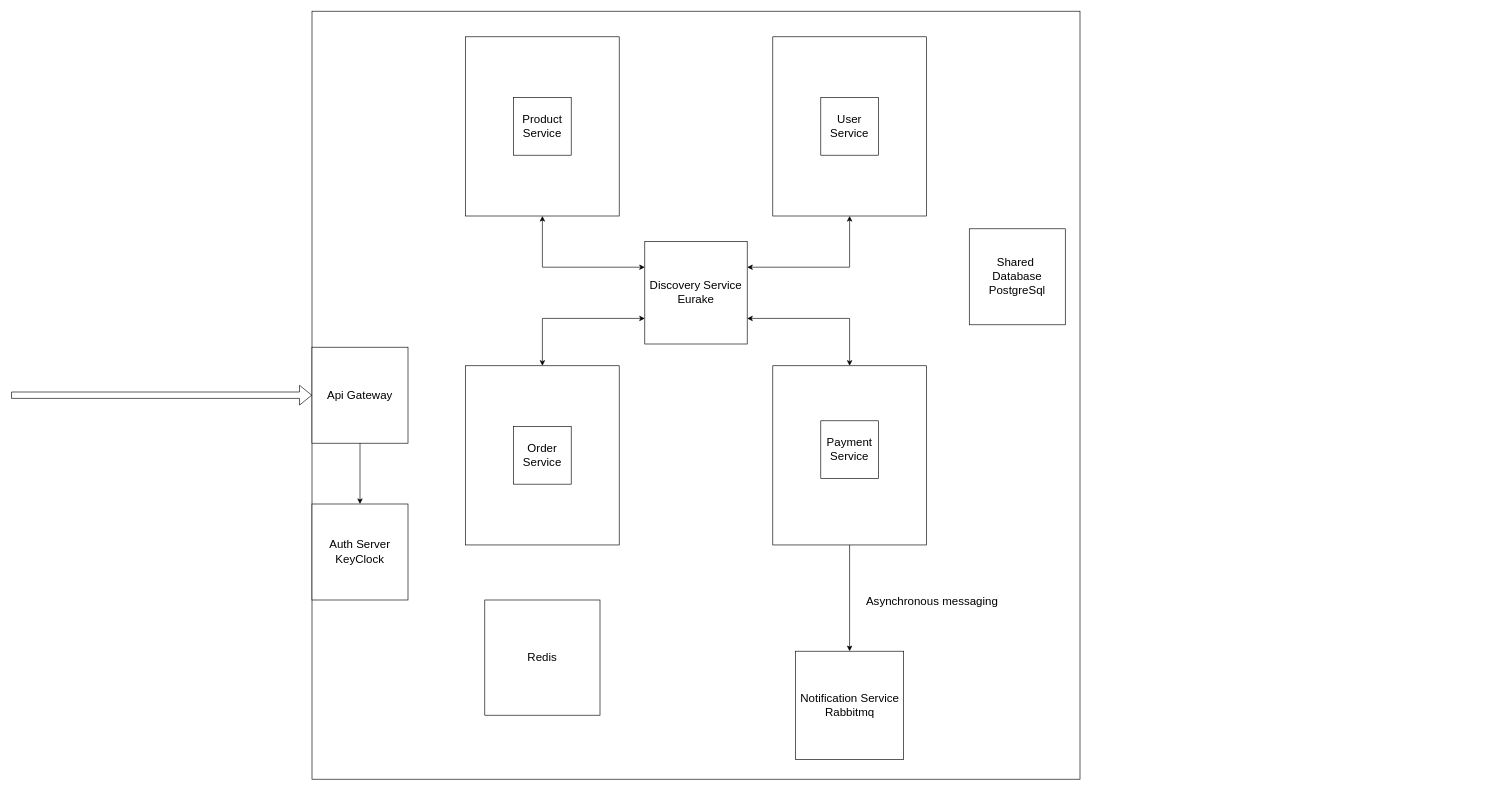
ismailcet/Ecommerce-Microservices keeps this draw.io diagram as Task-4.drawio. Above is the earlier version. Source tidied: cells renumbered, new cells numbered last; positions are measured from the earlier drawing's top-left corner, leaving out a move shared by most shapes. Both pictures are drawn from the tidied source at 64%, with x=0, y=0 at pixel (11, 11).
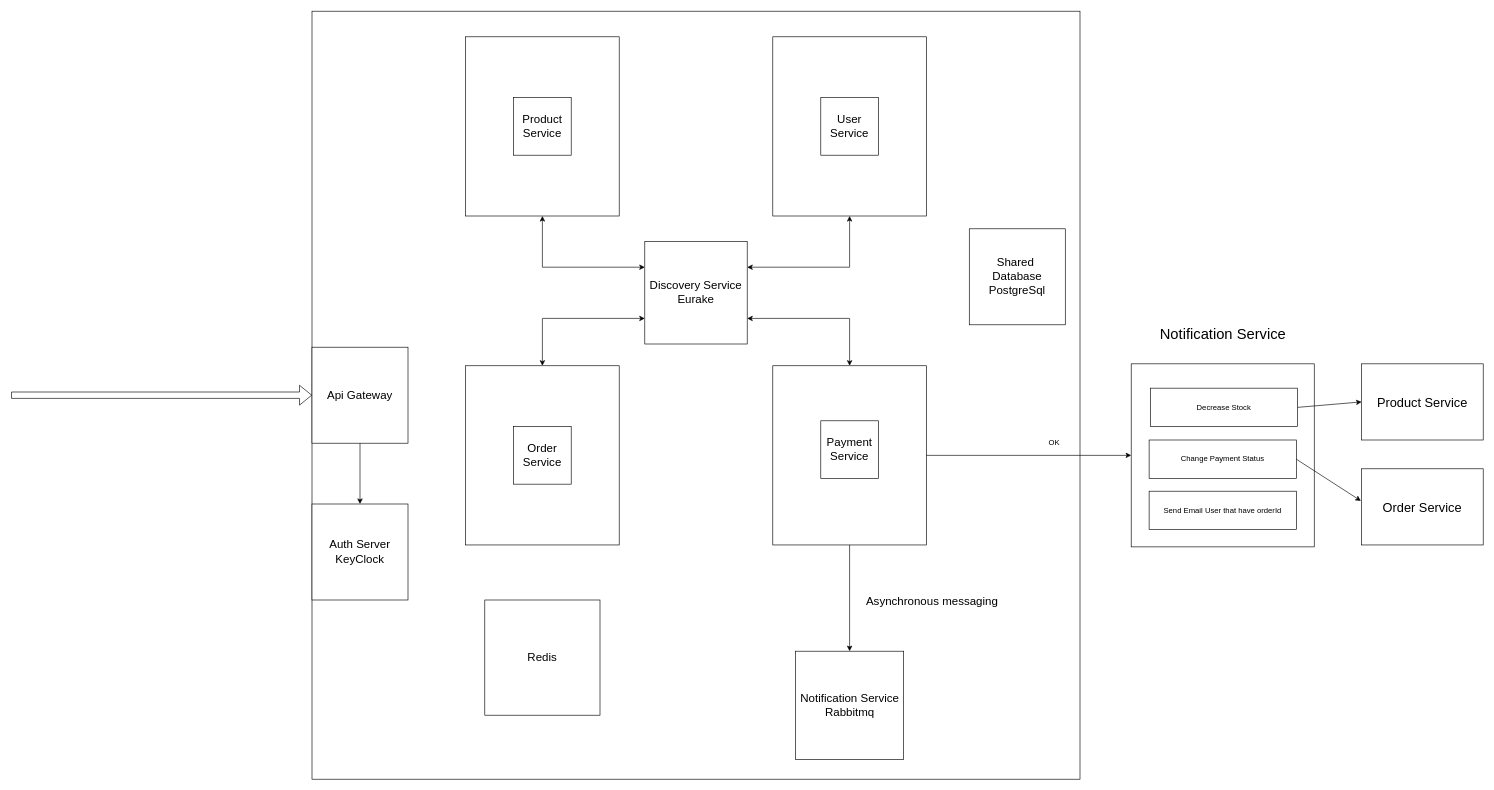
After the change.

Unchanged cells that the change refers to:
```xml
<mxCell id="9" style="rounded=0;whiteSpace=wrap;html=1;" parent="1" vertex="1">
  <mxGeometry x="1190" y="554" width="240" height="280" as="geometry" />
</mxCell>
```

What changed in the source:
```diff
@@
+    <mxCell id="25" style="whiteSpace=wrap;html=1;" parent="1" vertex="1">
+      <mxGeometry x="1750" y="551" width="286" height="286" as="geometry" />
+    </mxCell>
+    <mxCell id="26" style="endArrow=classic;html=1;rounded=0;entryX=0;entryY=0.5;entryDx=0;entryDy=0;" parent="1" edge="1" source="9" target="25">
+      <mxGeometry relative="1" as="geometry" />
+    </mxCell>
+    <mxCell id="27" value="OK" style="text;html=1;strokeColor=none;fillColor=none;align=center;verticalAlign=middle;whiteSpace=wrap;rounded=0;" parent="1" vertex="1">
+      <mxGeometry x="1600" y="660" width="60" height="30" as="geometry" />
+    </mxCell>
+    <mxCell id="28" value="Decrease Stock" style="rounded=0;whiteSpace=wrap;html=1;" parent="1" vertex="1">
+      <mxGeometry x="1780" y="589" width="230" height="60" as="geometry" />
+    </mxCell>
+    <mxCell id="29" value="Change Payment Status" style="rounded=0;whiteSpace=wrap;html=1;" parent="1" vertex="1">
+      <mxGeometry x="1778" y="670" width="230" height="60" as="geometry" />
+    </mxCell>
+    <mxCell id="30" value="Send Email User that have orderId" style="rounded=0;whiteSpace=wrap;html=1;" parent="1" vertex="1">
+      <mxGeometry x="1778" y="750" width="230" height="60" as="geometry" />
+    </mxCell>
+    <mxCell id="31" value="&lt;font style=&quot;font-size: 23px;&quot;&gt;Notification Service&lt;/font&gt;" style="text;html=1;align=center;verticalAlign=middle;strokeColor=none;fillColor=none;" parent="1" vertex="1">
+      <mxGeometry x="1783" y="485" width="220" height="40" as="geometry" />
+    </mxCell>
+    <mxCell id="32" value="&lt;font style=&quot;font-size: 20px;&quot;&gt;Product Service&lt;/font&gt;" style="rounded=0;whiteSpace=wrap;html=1;" parent="1" vertex="1">
+      <mxGeometry x="2110" y="551" width="190" height="119" as="geometry" />
+    </mxCell>
+    <mxCell id="33" value="&lt;font style=&quot;font-size: 20px;&quot;&gt;Order Service&lt;/font&gt;" style="rounded=0;whiteSpace=wrap;html=1;" parent="1" vertex="1">
+      <mxGeometry x="2110" y="715" width="190" height="119" as="geometry" />
+    </mxCell>
+    <mxCell id="34" style="endArrow=classic;html=1;rounded=0;exitX=1;exitY=0.5;exitDx=0;exitDy=0;entryX=0;entryY=0.5;entryDx=0;entryDy=0;" parent="1" edge="1" source="28" target="32">
+      <mxGeometry relative="1" as="geometry" />
+    </mxCell>
+    <mxCell id="35" style="endArrow=classic;html=1;rounded=0;exitX=1;exitY=0.5;exitDx=0;exitDy=0;entryX=-0.006;entryY=0.421;entryDx=0;entryDy=0;entryPerimeter=0;" parent="1" edge="1" source="29" target="33">
+      <mxGeometry relative="1" as="geometry" />
+    </mxCell>
```
